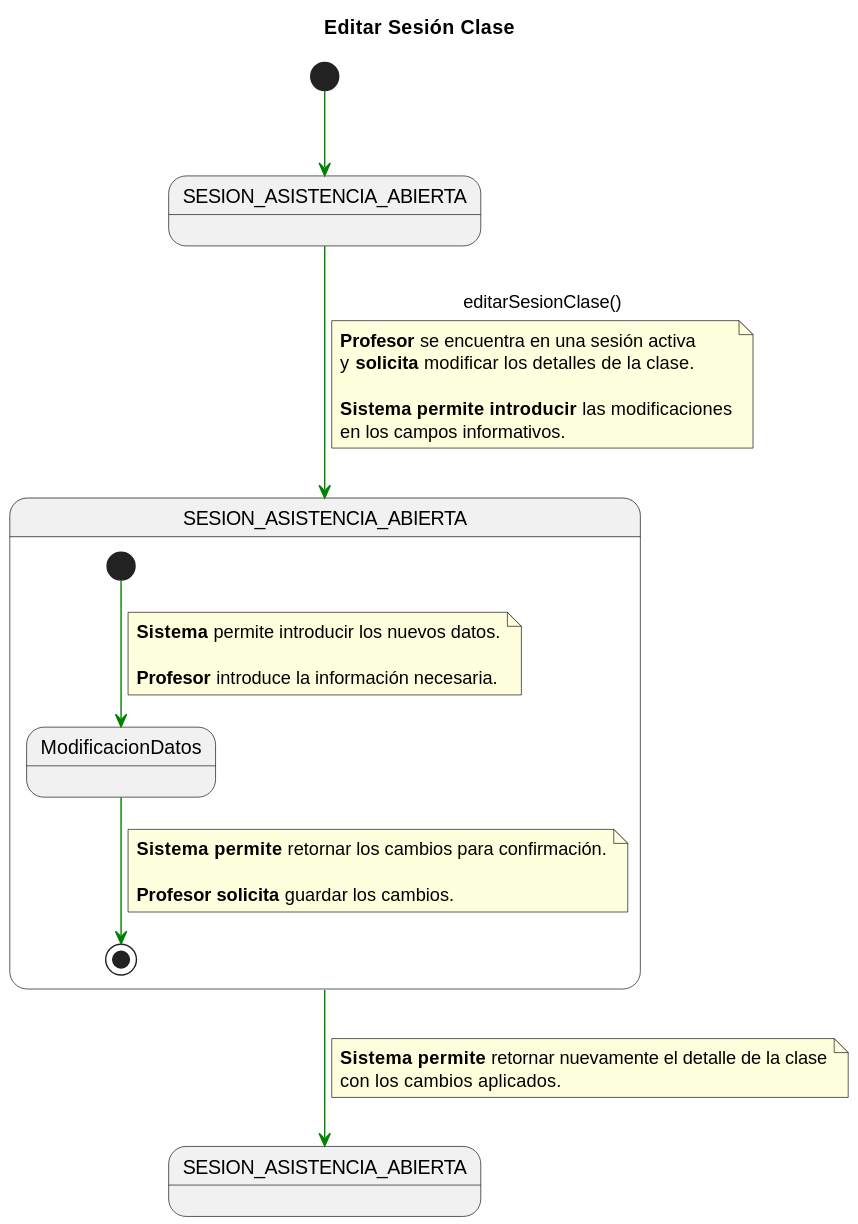
Above: documents/requisitado/02-detalle/Profesor/editarSesionClase.svg in jerdier/25-26-idsw2-sdVC (PlantUML), before the change.
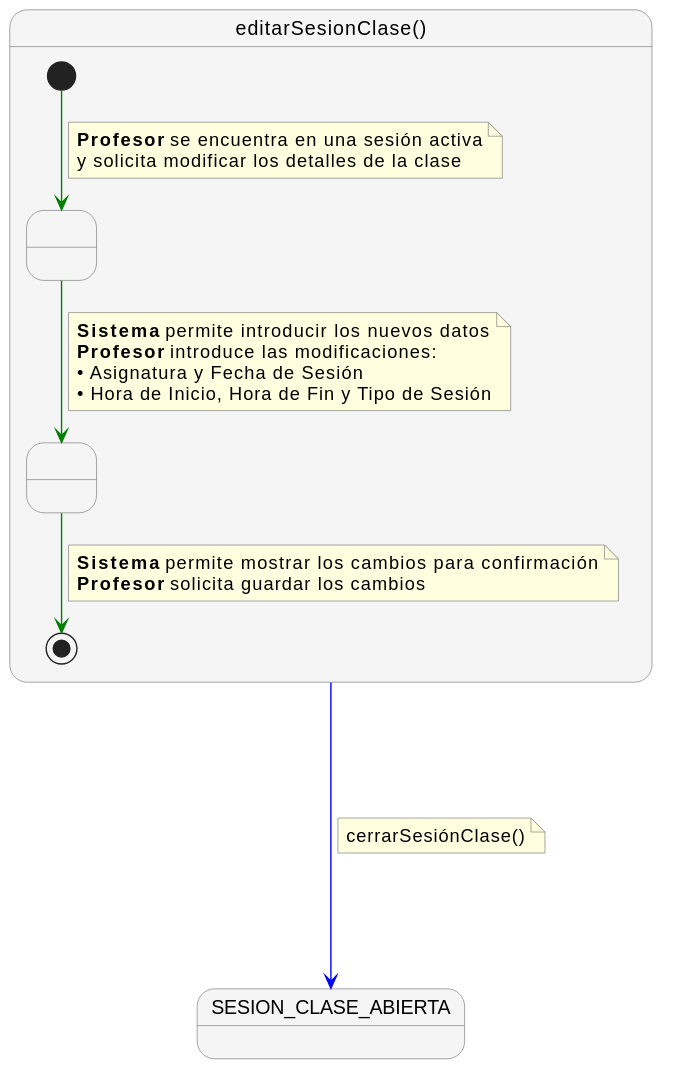
After the change.

The edit, as a diff of the source:
```diff
@@ -1,45 +1,41 @@
 @startuml
-title Editar Sesión Clase
+skinparam nodesep 60
+skinparam ranksep 60
 skinparam linetype polyline
+skinparam NoteBackgroundColor lightyellow
+skinparam NoteBorderColor gray
+skinparam StateBackgroundColor #F5F5F5
+skinparam StateBorderColor gray
 
-state SESION_ACTUAL_INICIAL as "SESION_ASISTENCIA_ABIERTA"
-state PROCESO_EDICION_COMP  as "SESION_ASISTENCIA_ABIERTA"
-state SESION_ACTUAL_FINAL   as "SESION_ASISTENCIA_ABIERTA"
+state "editarSesionClase()" as editarSesionClase {
+    state " " as Paso1
+    state " " as Paso2
 
-[*] -[#green]-> SESION_ACTUAL_INICIAL
-
-SESION_ACTUAL_INICIAL -[#green]-> PROCESO_EDICION_COMP : editarSesionClase()
-note on link
-<b>Profesor</b> se encuentra en una sesión activa
-y <b>solicita</b> modificar los detalles de la clase.
-
-<b>Sistema permite introducir</b> las modificaciones
-en los campos informativos.
-end note
-
-state PROCESO_EDICION_COMP {
-
-    state ModificacionDatos
-
-    [*] -[#green]-> ModificacionDatos
+    [*] -[#green]-> Paso1
     note on link
-    <b>Sistema</b> permite introducir los nuevos datos.
-
-    <b>Profesor</b> introduce la información necesaria.
+      <b>Profesor</b> se encuentra en una sesión activa
+      y solicita modificar los detalles de la clase
     end note
 
-    ModificacionDatos -[#green]-> [*]
+    Paso1 -[#green]-> Paso2
     note on link
-    <b>Sistema permite</b> retornar los cambios para confirmación.
-
-    <b>Profesor solicita</b> guardar los cambios.
+      <b>Sistema</b> permite introducir los nuevos datos
+      <b>Profesor</b> introduce las modificaciones:
+      • Asignatura y Fecha de Sesión
+      • Hora de Inicio, Hora de Fin y Tipo de Sesión
     end note
 
+    Paso2 -[#green]-> [*]
+    note on link
+      <b>Sistema</b> permite mostrar los cambios para confirmación
+      <b>Profesor</b> solicita guardar los cambios
+    end note
 }
 
-PROCESO_EDICION_COMP -[#green]-> SESION_ACTUAL_FINAL
-note on link
-<b>Sistema permite</b> retornar nuevamente el detalle de la clase
-con los cambios aplicados.
+state "SESION_CLASE_ABIERTA" as SESION_CLASE_ABIERTA
+
+editarSesionClase -[#blue]---> SESION_CLASE_ABIERTA
+note right on link
+  cerrarSesiónClase()
 end note
 @enduml
```
